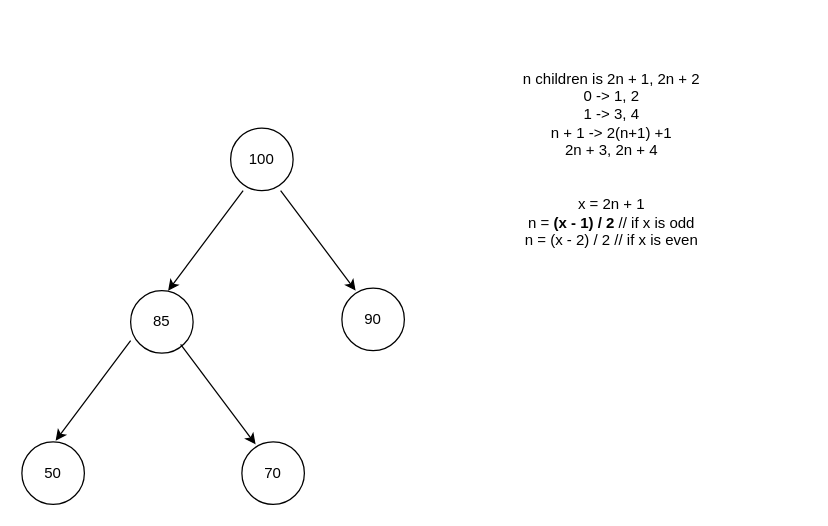
Above: drawings1/Untitled Diagram.drawio in adityapoolla/drawiorepo (draw.io), before the change. Source tidied: cells renumbered, new cells numbered last; positions are measured from the earlier drawing's top-left corner, leaving out a move shared by most shapes. Both pictures are drawn from the tidied source at 125%, with x=0, y=0 at pixel (21, 21).
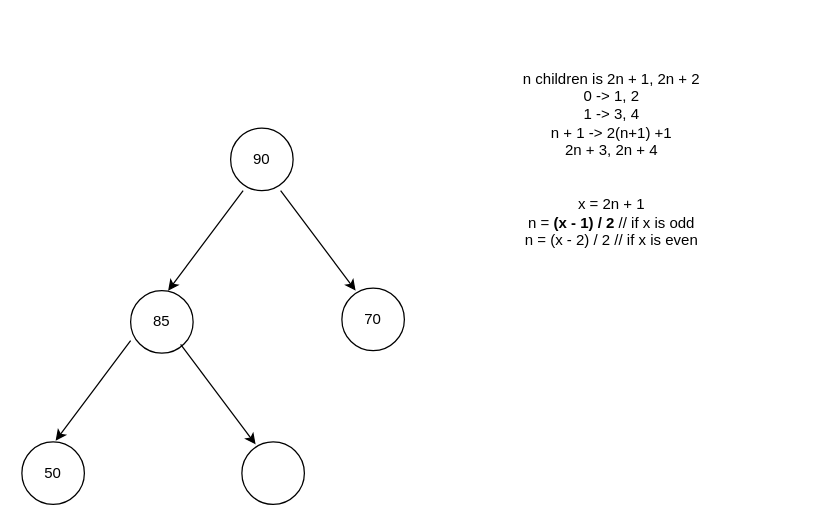
Above is the later version.

The edit, as a diff of the source:
```diff
@@
 <mxGraphModel>
   <root>
     <mxCell id="0" />
     <mxCell id="1" parent="0" />
-    <mxCell id="2" value="100" style="ellipse;whiteSpace=wrap;html=1;" parent="1" vertex="1">
+    <mxCell id="2" value="90" style="ellipse;whiteSpace=wrap;html=1;" parent="1" vertex="1">
       <mxGeometry x="167" y="85" width="50" height="50" as="geometry" />
     </mxCell>
     <mxCell id="3" style="endArrow=classic;html=1;rounded=0;" parent="1" edge="1">
       <mxGeometry relative="1" as="geometry">
         <mxPoint x="207" y="135" as="sourcePoint" />
         <mxPoint x="267" y="215" as="targetPoint" />
       </mxGeometry>
     </mxCell>
     <mxCell id="4" style="endArrow=classic;html=1;rounded=0;" parent="1" edge="1">
       <mxGeometry relative="1" as="geometry">
         <mxPoint x="177" y="135" as="sourcePoint" />
         <mxPoint x="117" y="215" as="targetPoint" />
       </mxGeometry>
     </mxCell>
     <mxCell id="5" value="85" style="ellipse;whiteSpace=wrap;html=1;" parent="1" vertex="1">
       <mxGeometry x="87" y="215" width="50" height="50" as="geometry" />
     </mxCell>
-    <mxCell id="6" value="90" style="ellipse;whiteSpace=wrap;html=1;" parent="1" vertex="1">
+    <mxCell id="6" value="70" style="ellipse;whiteSpace=wrap;html=1;" parent="1" vertex="1">
       <mxGeometry x="256" y="213" width="50" height="50" as="geometry" />
     </mxCell>
     <mxCell id="7" value="50" style="ellipse;whiteSpace=wrap;html=1;" parent="1" vertex="1">
       <mxGeometry y="336" width="50" height="50" as="geometry" />
     </mxCell>
     <mxCell id="8" style="endArrow=classic;html=1;rounded=0;" parent="1" edge="1">
       <mxGeometry relative="1" as="geometry">
         <mxPoint x="87" y="255" as="sourcePoint" />
         <mxPoint x="27" y="335" as="targetPoint" />
       </mxGeometry>
     </mxCell>
     <mxCell id="9" value="n children is 2n + 1, 2n + 2&lt;br&gt;0 -&amp;gt; 1, 2&lt;br&gt;1 -&amp;gt; 3, 4&lt;br&gt;n + 1 -&amp;gt; 2(n+1) +1&lt;br&gt;2n + 3, 2n + 4&lt;br&gt;&lt;br&gt;&lt;div&gt;&lt;br&gt;x = 2n + 1&lt;br&gt;n = &lt;b&gt;(x - 1) / 2&lt;/b&gt; // if x is odd&lt;/div&gt;&lt;div&gt;n = (x - 2) / 2 // if x is even&lt;/div&gt;" style="text;html=1;align=center;verticalAlign=middle;whiteSpace=wrap;rounded=0;" parent="1" vertex="1">
       <mxGeometry x="317" width="310" height="220" as="geometry" />
     </mxCell>
     <mxCell id="10" style="endArrow=classic;html=1;rounded=0;" parent="1" edge="1">
       <mxGeometry relative="1" as="geometry">
         <mxPoint x="127" y="258" as="sourcePoint" />
         <mxPoint x="187" y="338" as="targetPoint" />
       </mxGeometry>
     </mxCell>
-    <mxCell id="11" value="70" style="ellipse;whiteSpace=wrap;html=1;" parent="1" vertex="1">
+    <mxCell id="11" style="ellipse;whiteSpace=wrap;html=1;" parent="1" vertex="1">
       <mxGeometry x="176" y="336" width="50" height="50" as="geometry" />
     </mxCell>
   </root>
 </mxGraphModel>
```
